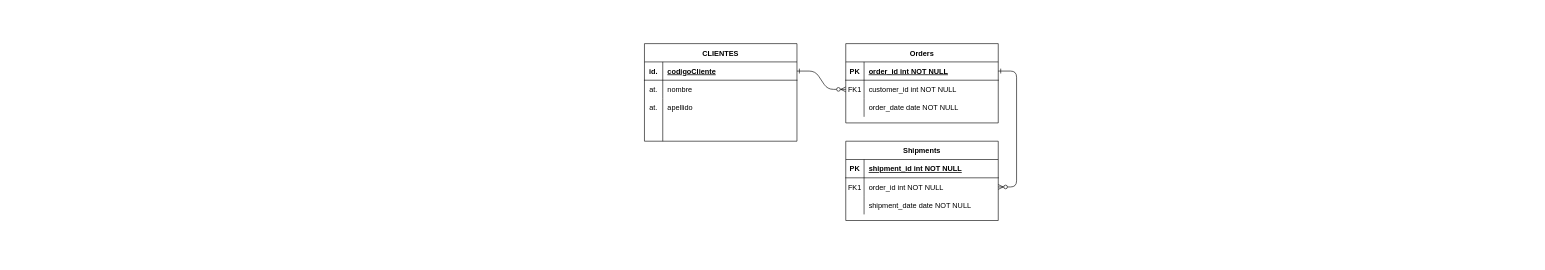
kiloZ333/kiloZ333 keeps this draw.io diagram as Diagrama sin título.drawio. Above is the earlier version. Source tidied: cells renumbered, new cells numbered last; positions are measured from the earlier drawing's top-left corner, leaving out a move shared by most shapes. Both pictures are drawn from the tidied source at 61%, with x=0, y=0 at pixel (644, 43).
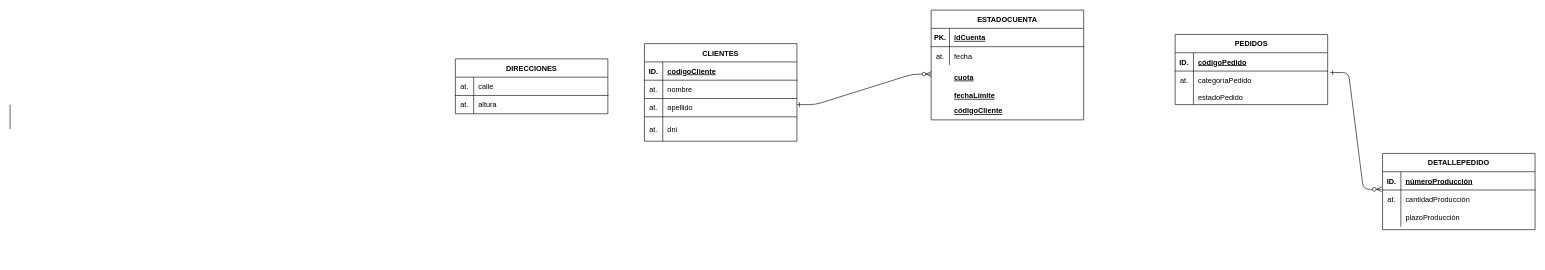
Above is the later version.

The change refers to these unchanged cells:
```xml
<mxCell id="5" style="shape=partialRectangle;fillColor=none;points=[[0,0.5],[1,0.5]];portConstraint=eastwest;top=0;left=0;right=0;bottom=1;" parent="4" vertex="1">
  <mxGeometry y="30" width="250" height="30" as="geometry" />
</mxCell>
<mxCell id="8" style="shape=partialRectangle;fillColor=none;points=[[0,0.5],[1,0.5]];portConstraint=eastwest;top=0;left=0;right=0;bottom=0;" parent="4" vertex="1">
  <mxGeometry y="60" width="250" height="30" as="geometry" />
</mxCell>
<mxCell id="15" style="shape=partialRectangle;fillColor=none;top=0;left=0;right=0;bottom=1;" parent="14" vertex="1">
  <mxGeometry y="30" width="250" height="30" as="geometry" />
</mxCell>
<mxCell id="18" style="shape=partialRectangle;fillColor=none;points=[[0,0.5],[1,0.5]];portConstraint=eastwest;top=0;left=0;right=0;bottom=0;" parent="14" vertex="1">
  <mxGeometry y="60" width="250" height="30" as="geometry" />
</mxCell>
<mxCell id="21" style="shape=partialRectangle;fillColor=none;top=0;left=0;right=0;bottom=0;" parent="14" vertex="1">
  <mxGeometry y="90" width="250" height="30" as="geometry" />
</mxCell>
<mxCell id="25" style="shape=partialRectangle;fillColor=none;points=[[0,0.5],[1,0.5]];portConstraint=eastwest;top=0;left=0;right=0;bottom=1;" parent="24" vertex="1">
  <mxGeometry y="30" width="250" height="30" as="geometry" />
</mxCell>
```

What changed in the source:
```diff
@@
-    <mxCell id="2" style="edgeStyle=entityRelationEdgeStyle;endArrow=ERzeroToMany;startArrow=ERone;endFill=1;startFill=0;" parent="1" edge="1" source="25" target="8">
-      <mxGeometry relative="1" as="geometry" />
+    <mxCell id="2" style="edgeStyle=entityRelationEdgeStyle;endArrow=ERzeroToMany;startArrow=ERone;endFill=1;startFill=0;" parent="1" edge="1">
+      <mxGeometry relative="1" as="geometry">
+        <mxPoint x="250" y="100" as="sourcePoint" />
+        <mxPoint x="470" y="50" as="targetPoint" />
+      </mxGeometry>
     </mxCell>
-    <mxCell id="3" style="edgeStyle=entityRelationEdgeStyle;endArrow=ERzeroToMany;startArrow=ERone;endFill=1;startFill=0;" parent="1" edge="1" source="5" target="18">
-      <mxGeometry relative="1" as="geometry" />
-    </mxCell>
-    <mxCell id="4" value="Orders" style="shape=table;startSize=30;childLayout=tableLayout;rowLines=0;fontStyle=1;align=center;" parent="1" vertex="1">
-      <mxGeometry x="330" width="250" height="130" as="geometry" />
+    <mxCell id="4" value="PEDIDOS" style="shape=table;startSize=30;childLayout=tableLayout;rowLines=0;fontStyle=1;align=center;" parent="1" vertex="1">
+      <mxGeometry x="870" y="-15" width="250" height="115" as="geometry" />
     </mxCell>
@@
-    <mxCell id="6" value="PK" style="shape=partialRectangle;overflow=hidden;fillColor=none;top=0;left=0;bottom=0;right=0;fontStyle=1;" parent="5" vertex="1">
+    <mxCell id="6" value="ID." style="shape=partialRectangle;overflow=hidden;fillColor=none;top=0;left=0;bottom=0;right=0;fontStyle=1;" parent="5" vertex="1">
       <mxGeometry width="30" height="30" as="geometry" />
     </mxCell>
-    <mxCell id="7" value="order_id int NOT NULL " style="shape=partialRectangle;overflow=hidden;fillColor=none;top=0;left=0;bottom=0;right=0;align=left;spacingLeft=6;fontStyle=5;" parent="5" vertex="1">
+    <mxCell id="7" value="códigoPedido" style="shape=partialRectangle;overflow=hidden;fillColor=none;top=0;left=0;bottom=0;right=0;align=left;spacingLeft=6;fontStyle=5;" parent="5" vertex="1">
       <mxGeometry x="30" width="220" height="30" as="geometry" />
     </mxCell>
@@
-    <mxCell id="9" value="FK1" style="shape=partialRectangle;overflow=hidden;fillColor=none;top=0;left=0;bottom=0;right=0;" parent="8" vertex="1">
+    <mxCell id="9" value="at." style="shape=partialRectangle;overflow=hidden;fillColor=none;top=0;left=0;bottom=0;right=0;" parent="8" vertex="1">
       <mxGeometry width="30" height="30" as="geometry" />
     </mxCell>
-    <mxCell id="10" value="customer_id int NOT NULL" style="shape=partialRectangle;overflow=hidden;fillColor=none;top=0;left=0;bottom=0;right=0;align=left;spacingLeft=6;" parent="8" vertex="1">
+    <mxCell id="10" value="categoríaPedido" style="shape=partialRectangle;overflow=hidden;fillColor=none;top=0;left=0;bottom=0;right=0;align=left;spacingLeft=6;" parent="8" vertex="1">
       <mxGeometry x="30" width="220" height="30" as="geometry" />
     </mxCell>
     <mxCell id="11" style="shape=partialRectangle;fillColor=none;top=0;left=0;right=0;bottom=0;" parent="4" vertex="1">
-      <mxGeometry y="90" width="250" height="30" as="geometry" />
+      <mxGeometry y="90" width="250" height="25" as="geometry" />
     </mxCell>
     <mxCell id="12" style="shape=partialRectangle;overflow=hidden;fillColor=none;top=0;left=0;bottom=0;right=0;" parent="11" vertex="1">
-      <mxGeometry width="30" height="30" as="geometry" />
+      <mxGeometry width="30" height="25" as="geometry" />
     </mxCell>
-    <mxCell id="13" value="order_date date NOT NULL" style="shape=partialRectangle;overflow=hidden;fillColor=none;top=0;left=0;bottom=0;right=0;align=left;spacingLeft=6;" parent="11" vertex="1">
-      <mxGeometry x="30" width="220" height="30" as="geometry" />
+    <mxCell id="13" value="estadoPedido" style="shape=partialRectangle;overflow=hidden;fillColor=none;top=0;left=0;bottom=0;right=0;align=left;spacingLeft=6;" parent="11" vertex="1">
+      <mxGeometry x="30" width="220" height="25" as="geometry" />
     </mxCell>
-    <mxCell id="14" value="Shipments" style="shape=table;startSize=30;childLayout=tableLayout;rowLines=0;fontStyle=1;align=center;" parent="1" vertex="1">
-      <mxGeometry x="330" y="160" width="250" height="130" as="geometry" />
+    <mxCell id="14" value="DETALLEPEDIDO" style="shape=table;startSize=30;childLayout=tableLayout;rowLines=0;fontStyle=1;align=center;" parent="1" vertex="1">
+      <mxGeometry x="1210" y="180" width="250" height="125" as="geometry" />
     </mxCell>
@@
-    <mxCell id="16" value="PK" style="shape=partialRectangle;overflow=hidden;fillColor=none;top=0;left=0;bottom=0;right=0;fontStyle=1;" parent="15" vertex="1">
+    <mxCell id="16" value="ID." style="shape=partialRectangle;overflow=hidden;fillColor=none;top=0;left=0;bottom=0;right=0;fontStyle=1;" parent="15" vertex="1">
       <mxGeometry width="30" height="30" as="geometry" />
     </mxCell>
-    <mxCell id="17" value="shipment_id int NOT NULL " style="shape=partialRectangle;overflow=hidden;fillColor=none;top=0;left=0;bottom=0;right=0;align=left;spacingLeft=6;fontStyle=5;" parent="15" vertex="1">
+    <mxCell id="17" value="númeroProducción" style="shape=partialRectangle;overflow=hidden;fillColor=none;top=0;left=0;bottom=0;right=0;align=left;spacingLeft=6;fontStyle=5;" parent="15" vertex="1">
       <mxGeometry x="30" width="220" height="30" as="geometry" />
     </mxCell>
@@
-    <mxCell id="19" value="FK1" style="shape=partialRectangle;overflow=hidden;fillColor=none;top=0;left=0;bottom=0;right=0;" parent="18" vertex="1">
+    <mxCell id="19" value="at." style="shape=partialRectangle;overflow=hidden;fillColor=none;top=0;left=0;bottom=0;right=0;" parent="18" vertex="1">
       <mxGeometry width="30" height="30" as="geometry" />
     </mxCell>
-    <mxCell id="20" value="order_id int NOT NULL" style="shape=partialRectangle;overflow=hidden;fillColor=none;top=0;left=0;bottom=0;right=0;align=left;spacingLeft=6;" parent="18" vertex="1">
+    <mxCell id="20" value="cantidadProducción" style="shape=partialRectangle;overflow=hidden;fillColor=none;top=0;left=0;bottom=0;right=0;align=left;spacingLeft=6;" parent="18" vertex="1">
       <mxGeometry x="30" width="220" height="30" as="geometry" />
     </mxCell>
@@
-    <mxCell id="23" value="shipment_date date NOT NULL" style="shape=partialRectangle;overflow=hidden;fillColor=none;top=0;left=0;bottom=0;right=0;align=left;spacingLeft=6;" parent="21" vertex="1">
+    <mxCell id="23" value="plazoProducción" style="shape=partialRectangle;overflow=hidden;fillColor=none;top=0;left=0;bottom=0;right=0;align=left;spacingLeft=6;" parent="21" vertex="1">
       <mxGeometry x="30" width="220" height="30" as="geometry" />
     </mxCell>
@@
-    <mxCell id="26" value="id." style="shape=partialRectangle;overflow=hidden;fillColor=none;top=0;left=0;bottom=0;right=0;fontStyle=1;" parent="25" vertex="1">
+    <mxCell id="26" value="ID." style="shape=partialRectangle;overflow=hidden;fillColor=none;top=0;left=0;bottom=0;right=0;fontStyle=1;" parent="25" vertex="1">
       <mxGeometry width="30" height="30" as="geometry" />
     </mxCell>
@@
+    <mxCell id="34" style="endArrow=none;html=1;rounded=0;" parent="1" edge="1">
+      <mxGeometry relative="1" as="geometry">
+        <mxPoint x="250" y="90" as="sourcePoint" />
+        <mxPoint y="90" as="targetPoint" />
+      </mxGeometry>
+    </mxCell>
+    <mxCell id="35" style="endArrow=none;html=1;rounded=0;" parent="1" edge="1">
+      <mxGeometry relative="1" as="geometry">
+        <mxPoint x="250" y="120" as="sourcePoint" />
+        <mxPoint y="120" as="targetPoint" />
+      </mxGeometry>
+    </mxCell>
+    <mxCell id="36" value="dni" style="shape=partialRectangle;overflow=hidden;fillColor=none;top=0;left=0;bottom=0;right=0;align=left;spacingLeft=6;" parent="1" vertex="1">
+      <mxGeometry x="30" y="120" width="220" height="40" as="geometry" />
+    </mxCell>
+    <mxCell id="37" value="at." style="shape=partialRectangle;overflow=hidden;fillColor=none;top=0;left=0;bottom=0;right=0;" parent="1" vertex="1">
+      <mxGeometry y="125" width="30" height="30" as="geometry" />
+    </mxCell>
+    <mxCell id="38" style="shape=partialRectangle;overflow=hidden;fillColor=none;top=0;left=0;bottom=0;right=0;align=left;spacingLeft=6;fontStyle=5;" parent="1" vertex="1">
+      <mxGeometry x="-660" y="325" width="220" height="30" as="geometry" />
+    </mxCell>
+    <mxCell id="39" style="endArrow=none;html=1;rounded=0;" parent="1" edge="1">
+      <mxGeometry relative="1" as="geometry">
+        <mxPoint x="-1040" y="140" as="sourcePoint" />
+        <mxPoint x="-1040" y="100" as="targetPoint" />
+      </mxGeometry>
+    </mxCell>
+    <mxCell id="40" value="DIRECCIONES" style="shape=table;startSize=30;childLayout=tableLayout;rowLines=0;fontStyle=1;align=center;" parent="1" vertex="1">
+      <mxGeometry x="-310" y="25" width="250" height="90" as="geometry" />
+    </mxCell>
+    <mxCell id="41" style="shape=partialRectangle;fillColor=none;top=0;left=0;right=0;bottom=1;" parent="40" vertex="1">
+      <mxGeometry y="30" width="250" height="30" as="geometry" />
+    </mxCell>
+    <mxCell id="42" value="at." style="shape=partialRectangle;overflow=hidden;fillColor=none;top=0;left=0;bottom=0;right=0;fontStyle=0;" parent="41" vertex="1">
+      <mxGeometry width="30" height="30" as="geometry" />
+    </mxCell>
+    <mxCell id="43" value="calle" style="shape=partialRectangle;overflow=hidden;fillColor=none;top=0;left=0;bottom=0;right=0;align=left;spacingLeft=6;fontStyle=0;" parent="41" vertex="1">
+      <mxGeometry x="30" width="220" height="30" as="geometry" />
+    </mxCell>
+    <mxCell id="44" style="shape=partialRectangle;fillColor=none;top=0;left=0;right=0;bottom=0;" parent="40" vertex="1">
+      <mxGeometry y="60" width="250" height="30" as="geometry" />
+    </mxCell>
+    <mxCell id="45" value="at." style="shape=partialRectangle;overflow=hidden;fillColor=none;top=0;left=0;bottom=0;right=0;" parent="44" vertex="1">
+      <mxGeometry width="30" height="30" as="geometry" />
+    </mxCell>
+    <mxCell id="46" value="altura" style="shape=partialRectangle;overflow=hidden;fillColor=none;top=0;left=0;bottom=0;right=0;align=left;spacingLeft=6;" parent="44" vertex="1">
+      <mxGeometry x="30" width="220" height="30" as="geometry" />
+    </mxCell>
+    <mxCell id="47" value="ESTADOCUENTA" style="shape=table;startSize=30;childLayout=tableLayout;rowLines=0;fontStyle=1;align=center;" parent="1" vertex="1">
+      <mxGeometry x="470" y="-55" width="250" height="180" as="geometry" />
+    </mxCell>
+    <mxCell id="48" style="shape=partialRectangle;fillColor=none;top=0;left=0;right=0;bottom=1;" parent="47" vertex="1">
+      <mxGeometry y="30" width="250" height="30" as="geometry" />
+    </mxCell>
+    <mxCell id="49" value="PK." style="shape=partialRectangle;overflow=hidden;fillColor=none;top=0;left=0;bottom=0;right=0;fontStyle=1;" parent="48" vertex="1">
+      <mxGeometry width="30" height="30" as="geometry" />
+    </mxCell>
+    <mxCell id="50" value="idCuenta" style="shape=partialRectangle;overflow=hidden;fillColor=none;top=0;left=0;bottom=0;right=0;align=left;spacingLeft=6;fontStyle=5;" parent="48" vertex="1">
+      <mxGeometry x="30" width="220" height="30" as="geometry" />
+    </mxCell>
+    <mxCell id="51" style="shape=partialRectangle;fillColor=none;top=0;left=0;right=0;bottom=0;" parent="47" vertex="1">
+      <mxGeometry y="60" width="250" height="30" as="geometry" />
+    </mxCell>
+    <mxCell id="52" value="at." style="shape=partialRectangle;overflow=hidden;fillColor=none;top=0;left=0;bottom=0;right=0;" parent="51" vertex="1">
+      <mxGeometry width="30" height="30" as="geometry" />
+    </mxCell>
+    <mxCell id="53" value="fecha" style="shape=partialRectangle;overflow=hidden;fillColor=none;top=0;left=0;bottom=0;right=0;align=left;spacingLeft=6;" parent="51" vertex="1">
+      <mxGeometry x="30" width="220" height="30" as="geometry" />
+    </mxCell>
+    <mxCell id="54" value="cuota" style="shape=partialRectangle;overflow=hidden;fillColor=none;top=0;left=0;bottom=0;right=0;align=left;spacingLeft=6;fontStyle=5;" parent="1" vertex="1">
+      <mxGeometry x="500" y="40" width="220" height="30" as="geometry" />
+    </mxCell>
+    <mxCell id="55" value="fechaLímite" style="shape=partialRectangle;overflow=hidden;fillColor=none;top=0;left=0;bottom=0;right=0;align=left;spacingLeft=6;fontStyle=5;" parent="1" vertex="1">
+      <mxGeometry x="500" y="70" width="220" height="30" as="geometry" />
+    </mxCell>
+    <mxCell id="56" value="códigoCliente" style="shape=partialRectangle;overflow=hidden;fillColor=none;top=0;left=0;bottom=0;right=0;align=left;spacingLeft=6;fontStyle=5;" parent="1" vertex="1">
+      <mxGeometry x="500" y="95" width="220" height="30" as="geometry" />
+    </mxCell>
+    <mxCell id="57" style="edgeStyle=entityRelationEdgeStyle;endArrow=ERzeroToMany;startArrow=ERone;endFill=1;startFill=0;entryX=-0.006;entryY=-0.038;entryDx=0;entryDy=0;entryPerimeter=0;exitX=1.017;exitY=0.081;exitDx=0;exitDy=0;exitPerimeter=0;" parent="1" edge="1" source="8" target="18">
+      <mxGeometry relative="1" as="geometry" />
+    </mxCell>
```
